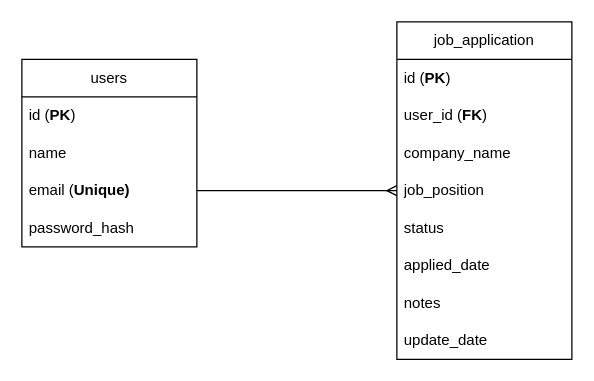
The draw.io diagram docs/diagram/erdiagram.drawio in RaphaelEvanW/job-application-tracker, before the edit. Source tidied: cells renumbered, new cells numbered last; positions are measured from the earlier drawing's top-left corner, leaving out a move shared by most shapes. Both pictures are drawn from the tidied source at 125%, with x=0, y=0 at pixel (21, 21).
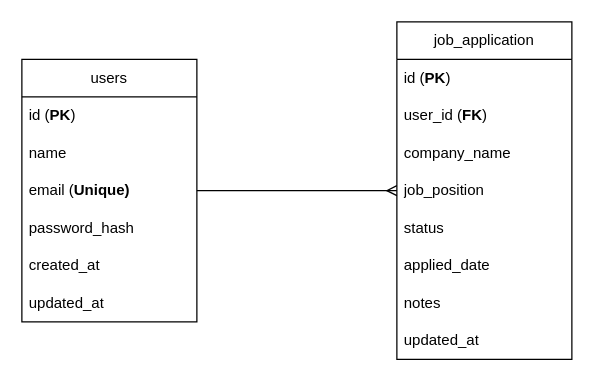
The same page after the edit.

Commit message (it also covers changes not shown here):
backend: add user.go, docs: finalize er diagram

Diff of the diagram source:
```diff
@@
 <mxGraphModel>
   <root>
     <mxCell id="0" />
     <mxCell id="1" parent="0" />
     <mxCell id="2" value="users" style="swimlane;fontStyle=0;horizontal=1;startSize=30;whiteSpace=wrap;html=1;" parent="1" vertex="1">
-      <mxGeometry y="30" width="140" height="150" as="geometry" />
+      <mxGeometry y="30" width="140" height="210" as="geometry" />
     </mxCell>
     <mxCell id="3" value="id (&lt;b&gt;PK&lt;/b&gt;)" style="text;strokeColor=none;fillColor=none;align=left;verticalAlign=middle;spacingLeft=4;spacingRight=4;overflow=hidden;whiteSpace=wrap;html=1;" parent="2" vertex="1">
       <mxGeometry y="30" width="140" height="30" as="geometry" />
     </mxCell>
     <mxCell id="4" value="name" style="text;strokeColor=none;fillColor=none;align=left;verticalAlign=middle;spacingLeft=4;spacingRight=4;overflow=hidden;whiteSpace=wrap;html=1;" parent="2" vertex="1">
       <mxGeometry y="60" width="140" height="30" as="geometry" />
     </mxCell>
     <mxCell id="5" value="email (&lt;b&gt;Unique)&lt;/b&gt;" style="text;strokeColor=none;fillColor=none;align=left;verticalAlign=middle;spacingLeft=4;spacingRight=4;overflow=hidden;points=[[0,0.5],[1,0.5]];portConstraint=eastwest;whiteSpace=wrap;html=1;" parent="2" vertex="1">
       <mxGeometry y="90" width="140" height="30" as="geometry" />
     </mxCell>
     <mxCell id="6" value="password_hash" style="text;strokeColor=none;fillColor=none;align=left;verticalAlign=middle;spacingLeft=4;spacingRight=4;overflow=hidden;whiteSpace=wrap;html=1;" parent="2" vertex="1">
       <mxGeometry y="120" width="140" height="30" as="geometry" />
     </mxCell>
+    <mxCell id="17" value="created_at" style="text;strokeColor=none;fillColor=none;align=left;verticalAlign=middle;spacingLeft=4;spacingRight=4;overflow=hidden;whiteSpace=wrap;html=1;" parent="2" vertex="1">
+      <mxGeometry y="150" width="140" height="30" as="geometry" />
+    </mxCell>
+    <mxCell id="18" value="updated_at" style="text;strokeColor=none;fillColor=none;align=left;verticalAlign=middle;spacingLeft=4;spacingRight=4;overflow=hidden;whiteSpace=wrap;html=1;" parent="2" vertex="1">
+      <mxGeometry y="180" width="140" height="30" as="geometry" />
+    </mxCell>
     <mxCell id="7" value="job_application" style="swimlane;fontStyle=0;horizontal=1;startSize=30;whiteSpace=wrap;html=1;" parent="1" vertex="1">
       <mxGeometry x="300" width="140" height="270" as="geometry" />
     </mxCell>
     <mxCell id="8" value="id (&lt;b&gt;PK&lt;/b&gt;)" style="text;strokeColor=none;fillColor=none;align=left;verticalAlign=middle;spacingLeft=4;spacingRight=4;overflow=hidden;whiteSpace=wrap;html=1;" parent="7" vertex="1">
       <mxGeometry y="30" width="140" height="30" as="geometry" />
     </mxCell>
     <mxCell id="9" value="user_id (&lt;b&gt;FK&lt;/b&gt;)" style="text;strokeColor=none;fillColor=none;align=left;verticalAlign=middle;spacingLeft=4;spacingRight=4;overflow=hidden;whiteSpace=wrap;html=1;" parent="7" vertex="1">
       <mxGeometry y="60" width="140" height="30" as="geometry" />
     </mxCell>
     <mxCell id="10" value="company_name" style="text;strokeColor=none;fillColor=none;align=left;verticalAlign=middle;spacingLeft=4;spacingRight=4;overflow=hidden;whiteSpace=wrap;html=1;" parent="7" vertex="1">
       <mxGeometry y="90" width="140" height="30" as="geometry" />
     </mxCell>
     <mxCell id="11" value="job_position" style="text;strokeColor=none;fillColor=none;align=left;verticalAlign=middle;spacingLeft=4;spacingRight=4;overflow=hidden;points=[[0,0.5],[1,0.5]];portConstraint=eastwest;whiteSpace=wrap;html=1;" parent="7" vertex="1">
       <mxGeometry y="120" width="140" height="30" as="geometry" />
     </mxCell>
     <mxCell id="12" value="status" style="text;strokeColor=none;fillColor=none;align=left;verticalAlign=middle;spacingLeft=4;spacingRight=4;overflow=hidden;whiteSpace=wrap;html=1;" parent="7" vertex="1">
       <mxGeometry y="150" width="140" height="30" as="geometry" />
     </mxCell>
     <mxCell id="13" value="applied_date" style="text;strokeColor=none;fillColor=none;align=left;verticalAlign=middle;spacingLeft=4;spacingRight=4;overflow=hidden;whiteSpace=wrap;html=1;" parent="7" vertex="1">
       <mxGeometry y="180" width="140" height="30" as="geometry" />
     </mxCell>
     <mxCell id="14" value="notes" style="text;strokeColor=none;fillColor=none;align=left;verticalAlign=middle;spacingLeft=4;spacingRight=4;overflow=hidden;whiteSpace=wrap;html=1;" parent="7" vertex="1">
       <mxGeometry y="210" width="140" height="30" as="geometry" />
     </mxCell>
-    <mxCell id="15" value="update_date" style="text;strokeColor=none;fillColor=none;align=left;verticalAlign=middle;spacingLeft=4;spacingRight=4;overflow=hidden;whiteSpace=wrap;html=1;" parent="7" vertex="1">
+    <mxCell id="15" value="updated_at" style="text;strokeColor=none;fillColor=none;align=left;verticalAlign=middle;spacingLeft=4;spacingRight=4;overflow=hidden;whiteSpace=wrap;html=1;" parent="7" vertex="1">
       <mxGeometry y="240" width="140" height="30" as="geometry" />
     </mxCell>
     <mxCell id="16" style="endArrow=ERmany;html=1;exitX=1;exitY=0.5;exitDx=0;exitDy=0;entryX=0;entryY=0.5;entryDx=0;entryDy=0;endFill=0;" parent="1" edge="1" source="5" target="11">
       <mxGeometry relative="1" as="geometry" />
     </mxCell>
   </root>
 </mxGraphModel>
```
